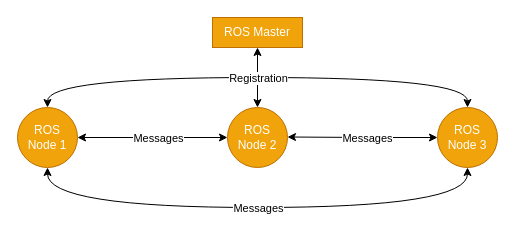
Above: master_report/Figures/ros.drawio in Kenil16/master_project (draw.io), before the change. Source tidied: cells renumbered, new cells numbered last; positions are measured from the earlier drawing's top-left corner, leaving out a move shared by most shapes. Both pictures are drawn from the tidied source at 100%, with x=0, y=0 at pixel (17, 17).
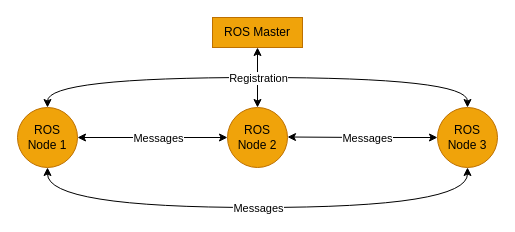
After the change.

Diff of the diagram source:
```diff
@@
-    <mxCell id="2" value="ROS&lt;br&gt;Node 1" style="ellipse;whiteSpace=wrap;html=1;fillColor=#f0a30a;strokeColor=#BD7000;fontColor=#ffffff;" parent="1" vertex="1">
+    <mxCell id="2" value="&lt;font color=&quot;#000000&quot;&gt;ROS&lt;br&gt;Node 1&lt;/font&gt;" style="ellipse;whiteSpace=wrap;html=1;fillColor=#f0a30a;strokeColor=#BD7000;fontColor=#ffffff;" parent="1" vertex="1">
       <mxGeometry y="90" width="60" height="60" as="geometry" />
     </mxCell>
-    <mxCell id="3" value="ROS&lt;br&gt;Node 2" style="ellipse;whiteSpace=wrap;html=1;fillColor=#f0a30a;strokeColor=#BD7000;fontColor=#ffffff;" parent="1" vertex="1">
+    <mxCell id="3" value="&lt;font color=&quot;#000000&quot;&gt;ROS&lt;br&gt;Node 2&lt;/font&gt;" style="ellipse;whiteSpace=wrap;html=1;fillColor=#f0a30a;strokeColor=#BD7000;fontColor=#ffffff;" parent="1" vertex="1">
       <mxGeometry x="210" y="90" width="60" height="60" as="geometry" />
     </mxCell>
-    <mxCell id="4" value="ROS&lt;br&gt;Node 3" style="ellipse;whiteSpace=wrap;html=1;fillColor=#f0a30a;strokeColor=#BD7000;fontColor=#ffffff;" parent="1" vertex="1">
+    <mxCell id="4" value="&lt;font color=&quot;#000000&quot;&gt;ROS&lt;br&gt;Node 3&lt;/font&gt;" style="ellipse;whiteSpace=wrap;html=1;fillColor=#f0a30a;strokeColor=#BD7000;fontColor=#ffffff;" parent="1" vertex="1">
       <mxGeometry x="420" y="90" width="60" height="60" as="geometry" />
     </mxCell>
-    <mxCell id="5" value="ROS Master" style="rounded=0;whiteSpace=wrap;html=1;fillColor=#f0a30a;strokeColor=#BD7000;fontColor=#ffffff;" parent="1" vertex="1">
+    <mxCell id="5" value="&lt;font color=&quot;#000000&quot;&gt;ROS Master&lt;/font&gt;" style="rounded=0;whiteSpace=wrap;html=1;fillColor=#f0a30a;strokeColor=#BD7000;fontColor=#ffffff;" parent="1" vertex="1">
       <mxGeometry x="195" width="90" height="30" as="geometry" />
     </mxCell>
```
